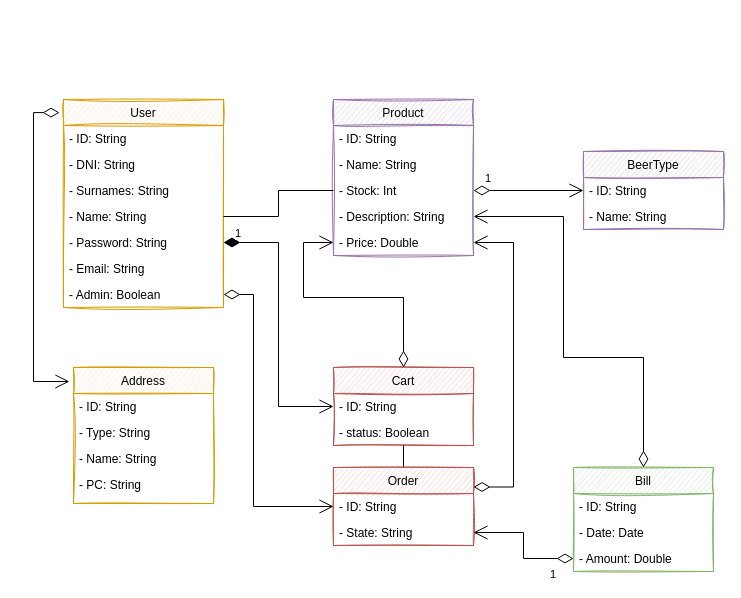
Above: page "Page-1" (1 of 2) of _documentacion/diagrama.drawio in JosueGarciaAsensi/DSS (draw.io), before the change. Source tidied: cells renumbered, new cells numbered last; positions are measured from the earlier drawing's top-left corner, leaving out a move shared by most shapes. Both pictures are drawn from the tidied source at 100%, with x=0, y=0 at pixel (33, 99).
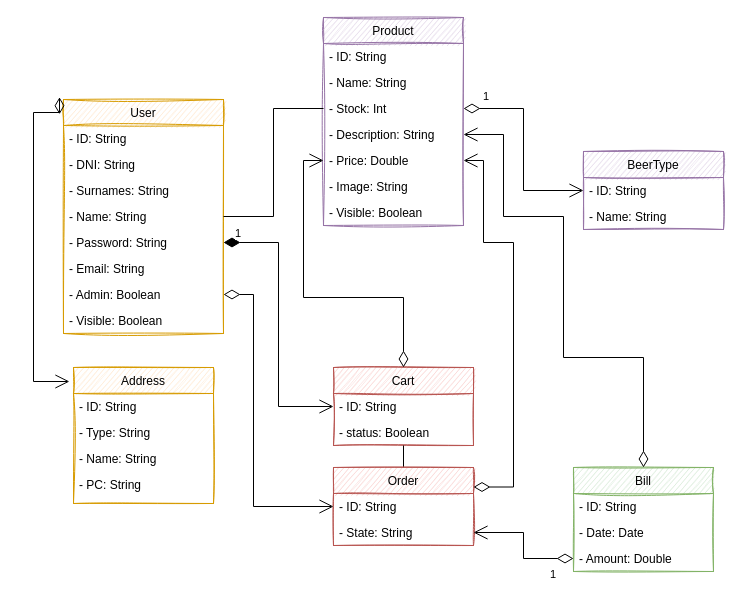
After the change.

Commit message:
modificación diag obj

The change refers to these unchanged cells:
```xml
<mxCell id="19" value="- Description: String" style="text;strokeColor=none;fillColor=none;align=left;verticalAlign=top;spacingLeft=4;spacingRight=4;overflow=hidden;points=[[0,0.5],[1,0.5]];portConstraint=eastwest;" parent="15" vertex="1">
  <mxGeometry y="104" width="140" height="26" as="geometry" />
</mxCell>
<mxCell id="20" value="- Price: Double" style="text;strokeColor=none;fillColor=none;align=left;verticalAlign=top;spacingLeft=4;spacingRight=4;overflow=hidden;points=[[0,0.5],[1,0.5]];portConstraint=eastwest;" parent="15" vertex="1">
  <mxGeometry y="130" width="140" height="26" as="geometry" />
</mxCell>
<mxCell id="24" value="Cart" style="swimlane;fontStyle=0;horizontal=1;startSize=26;fillColor=#f8cecc;strokeColor=#b85450;sketch=1;" parent="1" vertex="1">
  <mxGeometry x="300" y="268" width="140" height="78" as="geometry" />
</mxCell>
<mxCell id="28" value="Order" style="swimlane;fontStyle=0;horizontal=1;startSize=26;fillColor=#f8cecc;strokeColor=#b85450;sketch=1;" parent="1" vertex="1">
  <mxGeometry x="300" y="368" width="140" height="78" as="geometry" />
</mxCell>
<mxCell id="31" value="Bill" style="swimlane;fontStyle=0;horizontal=1;startSize=26;fillColor=#d5e8d4;strokeColor=#82b366;sketch=1;" parent="1" vertex="1">
  <mxGeometry x="540" y="368" width="140" height="104" as="geometry" />
</mxCell>
```

What changed in the source:
```diff
@@
     <mxCell id="2" value="User" style="swimlane;fontStyle=0;align=center;verticalAlign=top;horizontal=1;startSize=26;rounded=0;shadow=0;strokeWidth=1;fillColor=#ffe6cc;strokeColor=#d79b00;sketch=1;" parent="1" vertex="1">
-      <mxGeometry x="30" width="160" height="208" as="geometry" />
+      <mxGeometry x="30" width="160" height="234" as="geometry" />
     </mxCell>
@@
+    <mxCell id="44" value="- Visible: Boolean" style="text;strokeColor=none;fillColor=none;align=left;verticalAlign=top;spacingLeft=4;spacingRight=4;overflow=hidden;" parent="2" vertex="1">
+      <mxGeometry y="208" width="160" height="26" as="geometry" />
+    </mxCell>
@@
     <mxCell id="15" value="Product" style="swimlane;fontStyle=0;horizontal=1;startSize=26;fillColor=#e1d5e7;strokeColor=#9673a6;sketch=1;" parent="1" vertex="1">
-      <mxGeometry x="300" width="140" height="156" as="geometry" />
+      <mxGeometry x="290" y="-82" width="140" height="208" as="geometry" />
     </mxCell>
@@
+    <mxCell id="45" value="- Image: String" style="text;strokeColor=none;fillColor=none;align=left;verticalAlign=top;spacingLeft=4;spacingRight=4;overflow=hidden;" parent="15" vertex="1">
+      <mxGeometry y="156" width="140" height="26" as="geometry" />
+    </mxCell>
+    <mxCell id="46" value="- Visible: Boolean" style="text;strokeColor=none;fillColor=none;align=left;verticalAlign=top;spacingLeft=4;spacingRight=4;overflow=hidden;" parent="15" vertex="1">
+      <mxGeometry y="182" width="140" height="26" as="geometry" />
+    </mxCell>
@@
     <mxCell id="36" style="endArrow=open;html=1;endSize=12;startArrow=diamondThin;startSize=14;startFill=0;edgeStyle=orthogonalEdgeStyle;align=left;verticalAlign=bottom;rounded=0;exitX=1;exitY=0.25;exitDx=0;exitDy=0;entryX=1;entryY=0.5;entryDx=0;entryDy=0;" parent="1" edge="1" source="28" target="20">
       <mxGeometry x="-0.94" y="30" relative="1" as="geometry">
         <Array as="points">
           <mxPoint x="480" y="388" />
           <mxPoint x="480" y="143" />
+          <mxPoint x="450" y="143" />
+          <mxPoint x="450" y="61" />
         </Array>
         <mxPoint y="1" as="offset" />
       </mxGeometry>
     </mxCell>
@@
     <mxCell id="42" style="endArrow=open;html=1;endSize=12;startArrow=diamondThin;startSize=14;startFill=0;edgeStyle=orthogonalEdgeStyle;align=left;verticalAlign=bottom;rounded=0;exitX=0.5;exitY=0;exitDx=0;exitDy=0;entryX=1;entryY=0.5;entryDx=0;entryDy=0;" parent="1" edge="1" source="31" target="19">
       <mxGeometry x="-1" y="-10" relative="1" as="geometry">
         <Array as="points">
           <mxPoint x="610" y="258" />
           <mxPoint x="530" y="258" />
           <mxPoint x="530" y="117" />
+          <mxPoint x="470" y="117" />
+          <mxPoint x="470" y="35" />
         </Array>
       </mxGeometry>
     </mxCell>
     <mxCell id="43" style="endArrow=open;html=1;endSize=12;startArrow=diamondThin;startSize=14;startFill=0;edgeStyle=orthogonalEdgeStyle;align=left;verticalAlign=bottom;rounded=0;exitX=0.5;exitY=0;exitDx=0;exitDy=0;entryX=0;entryY=0.5;entryDx=0;entryDy=0;" parent="1" edge="1" source="24" target="20">
       <mxGeometry x="-0.78" y="-20" relative="1" as="geometry">
         <Array as="points">
           <mxPoint x="370" y="198" />
           <mxPoint x="270" y="198" />
-          <mxPoint x="270" y="143" />
+          <mxPoint x="270" y="61" />
         </Array>
       </mxGeometry>
     </mxCell>
```
